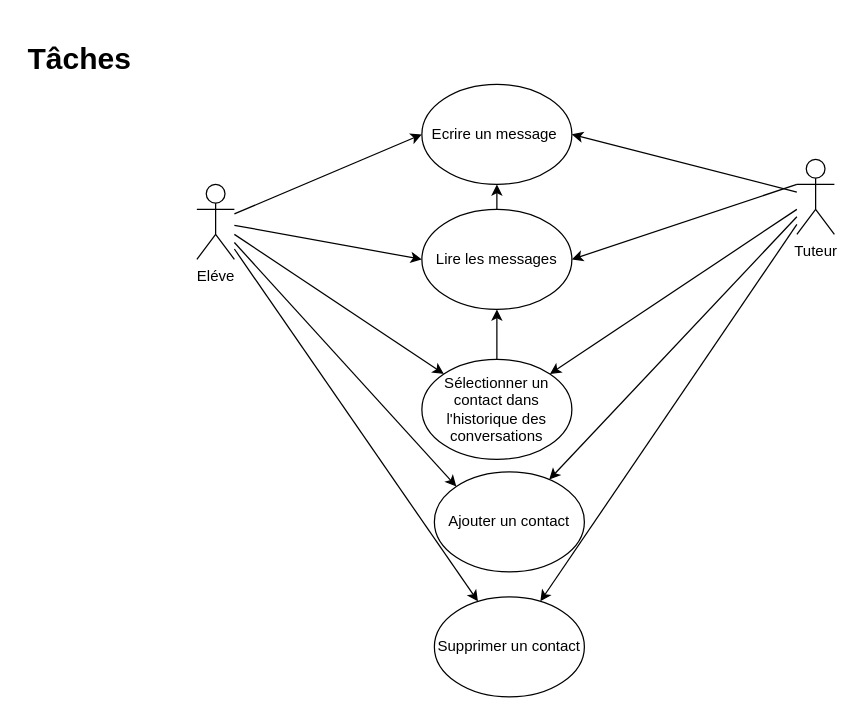
Earlier version of the draw.io diagram page "Chat" (4 of 6) of P10Uml.drawio (tetyanachouteau/P10LHome). Source tidied: cells renumbered, new cells numbered last; positions are measured from the earlier drawing's top-left corner, leaving out a move shared by most shapes. Both pictures are drawn from the tidied source at 125%, with x=0, y=0 at pixel (21, 34).
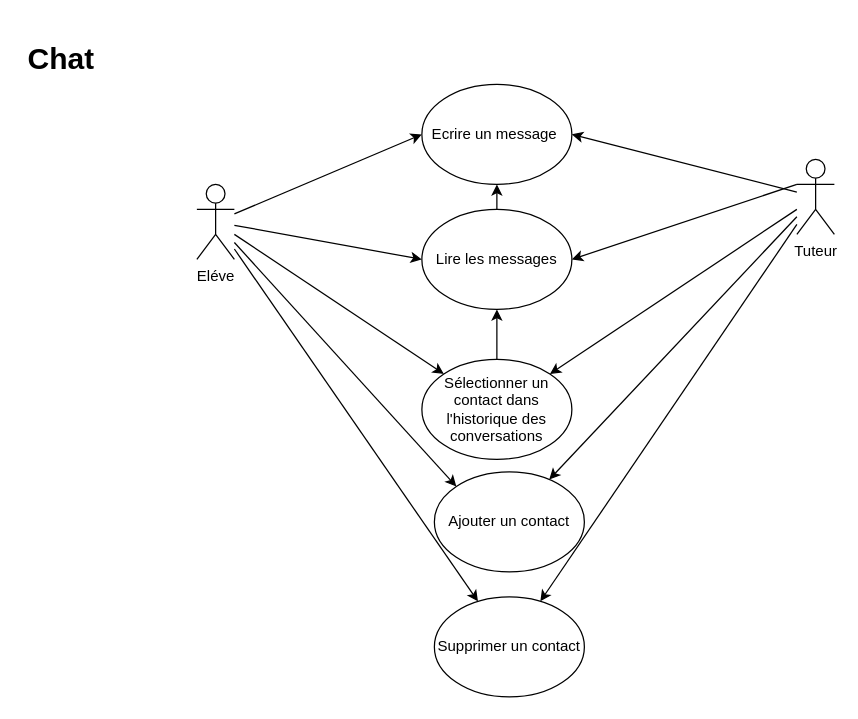
The same diagram, later.

Commit message:
Mettre à jour P10Uml.drawio

The edit, as a diff of the source:
```diff
@@
-    <mxCell id="21" value="&lt;h1&gt;Tâches&lt;/h1&gt;" style="text;html=1;strokeColor=none;fillColor=none;spacing=5;spacingTop=-20;whiteSpace=wrap;overflow=hidden;rounded=0;" parent="1" vertex="1">
+    <mxCell id="21" value="&lt;h1&gt;Chat&lt;/h1&gt;" style="text;html=1;strokeColor=none;fillColor=none;spacing=5;spacingTop=-20;whiteSpace=wrap;overflow=hidden;rounded=0;" parent="1" vertex="1">
       <mxGeometry width="190" height="120" as="geometry" />
     </mxCell>
```
